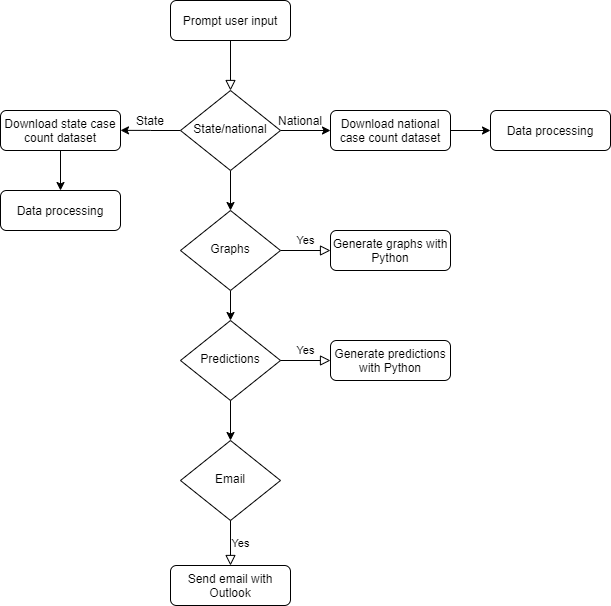
201019-UiPath/training-code keeps this draw.io diagram as P2-Proposals/TeamPi/LitToC_Flowchart.png. Above is the earlier version. Source tidied: cells renumbered, new cells last; positions are measured from the earlier drawing's top-left corner, leaving out a move shared by most shapes. Its diagram source:
```xml
<mxGraphModel>
  <root>
    <mxCell id="0" />
    <mxCell id="1" parent="0" />
    <mxCell id="2" style="rounded=0;html=1;jettySize=auto;fontSize=11;endArrow=block;endFill=0;endSize=8;strokeWidth=1;shadow=0;labelBackgroundColor=none;edgeStyle=orthogonalEdgeStyle;" parent="1" edge="1" source="3" target="7">
      <mxGeometry relative="1" as="geometry" />
    </mxCell>
    <mxCell id="3" value="Prompt user input" style="rounded=1;whiteSpace=wrap;html=1;fontSize=12;glass=0;strokeWidth=1;shadow=0;" parent="1" vertex="1">
      <mxGeometry x="170" width="120" height="40" as="geometry" />
    </mxCell>
    <mxCell id="4" style="edgeStyle=orthogonalEdgeStyle;rounded=0;jettySize=auto;html=1;exitX=0;exitY=0.5;exitDx=0;exitDy=0;" parent="1" edge="1" source="7">
      <mxGeometry relative="1" as="geometry">
        <mxPoint x="120" y="129.9" as="targetPoint" />
      </mxGeometry>
    </mxCell>
    <mxCell id="5" style="edgeStyle=orthogonalEdgeStyle;rounded=0;jettySize=auto;html=1;exitX=1;exitY=0.5;exitDx=0;exitDy=0;entryX=0;entryY=0.5;entryDx=0;entryDy=0;" parent="1" edge="1" source="7" target="8">
      <mxGeometry relative="1" as="geometry" />
    </mxCell>
    <mxCell id="6" style="edgeStyle=orthogonalEdgeStyle;rounded=0;jettySize=auto;html=1;exitX=0.5;exitY=1;exitDx=0;exitDy=0;entryX=0.5;entryY=0;entryDx=0;entryDy=0;" parent="1" edge="1" source="7" target="11">
      <mxGeometry relative="1" as="geometry" />
    </mxCell>
    <mxCell id="7" value="State/national" style="rhombus;whiteSpace=wrap;html=1;shadow=0;fontFamily=Helvetica;fontSize=12;align=center;strokeWidth=1;spacing=6;spacingTop=-4;" parent="1" vertex="1">
      <mxGeometry x="180" y="90" width="100" height="80" as="geometry" />
    </mxCell>
    <mxCell id="8" value="Download national case count dataset" style="rounded=1;whiteSpace=wrap;html=1;fontSize=12;glass=0;strokeWidth=1;shadow=0;" parent="1" vertex="1">
      <mxGeometry x="330" y="110" width="120" height="40" as="geometry" />
    </mxCell>
    <mxCell id="9" value="Yes" style="edgeStyle=orthogonalEdgeStyle;rounded=0;html=1;jettySize=auto;fontSize=11;endArrow=block;endFill=0;endSize=8;strokeWidth=1;shadow=0;labelBackgroundColor=none;" parent="1" edge="1" source="11" target="13">
      <mxGeometry y="10" relative="1" as="geometry" />
    </mxCell>
    <mxCell id="10" style="edgeStyle=orthogonalEdgeStyle;rounded=0;jettySize=auto;html=1;" parent="1" edge="1" source="11" target="17">
      <mxGeometry relative="1" as="geometry" />
    </mxCell>
    <mxCell id="11" value="Graphs" style="rhombus;whiteSpace=wrap;html=1;shadow=0;fontFamily=Helvetica;fontSize=12;align=center;strokeWidth=1;spacing=6;spacingTop=-4;" parent="1" vertex="1">
      <mxGeometry x="180" y="210" width="100" height="80" as="geometry" />
    </mxCell>
    <mxCell id="12" value="Send email with Outlook" style="rounded=1;whiteSpace=wrap;html=1;fontSize=12;glass=0;strokeWidth=1;shadow=0;" parent="1" vertex="1">
      <mxGeometry x="170" y="565" width="120" height="40" as="geometry" />
    </mxCell>
    <mxCell id="13" value="Generate graphs with Python" style="rounded=1;whiteSpace=wrap;html=1;fontSize=12;glass=0;strokeWidth=1;shadow=0;" parent="1" vertex="1">
      <mxGeometry x="330" y="230" width="120" height="40" as="geometry" />
    </mxCell>
    <mxCell id="14" value="Download state case count dataset" style="rounded=1;whiteSpace=wrap;html=1;fontSize=12;glass=0;strokeWidth=1;shadow=0;" parent="1" vertex="1">
      <mxGeometry y="110" width="120" height="40" as="geometry" />
    </mxCell>
    <mxCell id="15" value="Email" style="rhombus;whiteSpace=wrap;html=1;shadow=0;fontFamily=Helvetica;fontSize=12;align=center;strokeWidth=1;spacing=6;spacingTop=-4;" parent="1" vertex="1">
      <mxGeometry x="180" y="440" width="100" height="80" as="geometry" />
    </mxCell>
    <mxCell id="16" value="Generate predictions with Python" style="rounded=1;whiteSpace=wrap;html=1;fontSize=12;glass=0;strokeWidth=1;shadow=0;" parent="1" vertex="1">
      <mxGeometry x="330" y="340" width="120" height="40" as="geometry" />
    </mxCell>
    <mxCell id="17" value="Predictions" style="rhombus;whiteSpace=wrap;html=1;shadow=0;fontFamily=Helvetica;fontSize=12;align=center;strokeWidth=1;spacing=6;spacingTop=-4;" parent="1" vertex="1">
      <mxGeometry x="180" y="320" width="100" height="80" as="geometry" />
    </mxCell>
    <mxCell id="18" value="Yes" style="edgeStyle=orthogonalEdgeStyle;rounded=0;html=1;jettySize=auto;fontSize=11;endArrow=block;endFill=0;endSize=8;strokeWidth=1;shadow=0;labelBackgroundColor=none;entryX=0.5;entryY=0;entryDx=0;entryDy=0;" parent="1" edge="1" target="12">
      <mxGeometry y="10" relative="1" as="geometry">
        <mxPoint x="230" y="520" as="sourcePoint" />
      </mxGeometry>
    </mxCell>
    <mxCell id="19" value="Yes" style="edgeStyle=orthogonalEdgeStyle;rounded=0;html=1;jettySize=auto;fontSize=11;endArrow=block;endFill=0;endSize=8;strokeWidth=1;shadow=0;labelBackgroundColor=none;exitX=1;exitY=0.5;exitDx=0;exitDy=0;" parent="1" edge="1" source="17">
      <mxGeometry y="10" relative="1" as="geometry">
        <mxPoint x="330" y="360" as="targetPoint" />
      </mxGeometry>
    </mxCell>
    <mxCell id="20" style="edgeStyle=orthogonalEdgeStyle;rounded=0;jettySize=auto;html=1;exitX=0.5;exitY=1;exitDx=0;exitDy=0;entryX=0.5;entryY=0;entryDx=0;entryDy=0;" parent="1" edge="1" source="17" target="15">
      <mxGeometry relative="1" as="geometry" />
    </mxCell>
    <mxCell id="21" value="Data processing" style="rounded=1;whiteSpace=wrap;html=1;fontSize=12;glass=0;strokeWidth=1;shadow=0;" parent="1" vertex="1">
      <mxGeometry y="190" width="120" height="40" as="geometry" />
    </mxCell>
    <mxCell id="22" style="edgeStyle=orthogonalEdgeStyle;rounded=0;jettySize=auto;html=1;exitX=0.5;exitY=1;exitDx=0;exitDy=0;" parent="1" edge="1" source="14">
      <mxGeometry relative="1" as="geometry">
        <mxPoint x="60" y="190" as="targetPoint" />
      </mxGeometry>
    </mxCell>
    <mxCell id="23" value="Data processing" style="rounded=1;whiteSpace=wrap;html=1;fontSize=12;glass=0;strokeWidth=1;shadow=0;" parent="1" vertex="1">
      <mxGeometry x="490" y="110" width="120" height="40" as="geometry" />
    </mxCell>
    <mxCell id="24" style="edgeStyle=orthogonalEdgeStyle;rounded=0;jettySize=auto;html=1;exitX=1;exitY=0.5;exitDx=0;exitDy=0;" parent="1" edge="1" source="8">
      <mxGeometry relative="1" as="geometry">
        <mxPoint x="490" y="130" as="targetPoint" />
      </mxGeometry>
    </mxCell>
    <mxCell id="25" value="State" style="text;html=1;strokeColor=none;fillColor=none;align=center;verticalAlign=middle;whiteSpace=wrap;rounded=0;" parent="1" vertex="1">
      <mxGeometry x="130" y="110" width="40" height="20" as="geometry" />
    </mxCell>
    <mxCell id="26" value="National" style="text;html=1;strokeColor=none;fillColor=none;align=center;verticalAlign=middle;whiteSpace=wrap;rounded=0;" parent="1" vertex="1">
      <mxGeometry x="280" y="110" width="40" height="20" as="geometry" />
    </mxCell>
  </root>
</mxGraphModel>
```
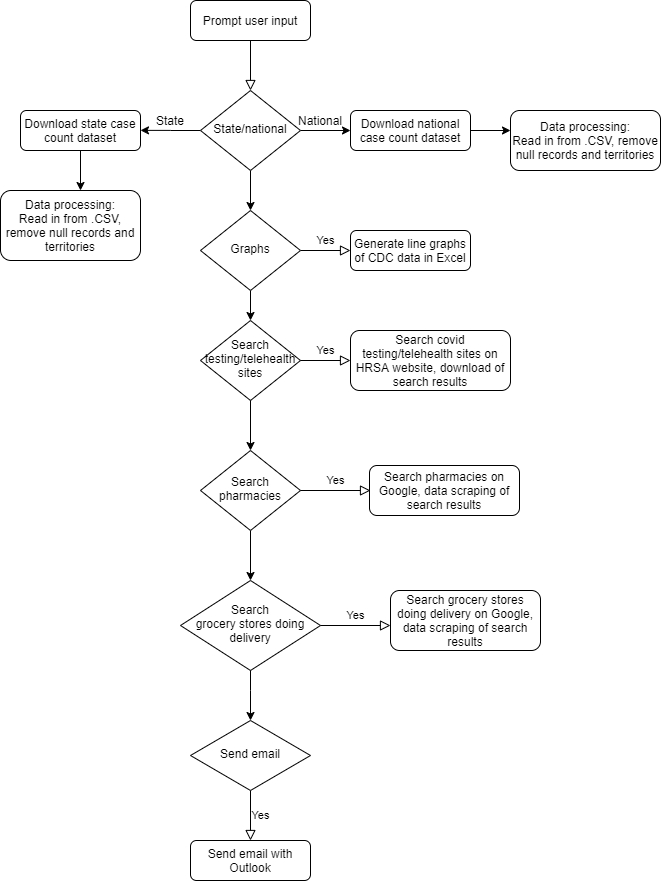
After the change.

Commit message:
update P2 project proposal and flowchart

What changed in the source:
```diff
@@ -34,27 +34,27 @@
     <mxCell id="11" value="Graphs" style="rhombus;whiteSpace=wrap;html=1;shadow=0;fontFamily=Helvetica;fontSize=12;align=center;strokeWidth=1;spacing=6;spacingTop=-4;" parent="1" vertex="1">
       <mxGeometry x="180" y="210" width="100" height="80" as="geometry" />
     </mxCell>
+    <mxCell id="27" style="edgeStyle=orthogonalEdgeStyle;rounded=0;jettySize=auto;html=1;entryX=0.5;entryY=0;entryDx=0;entryDy=0;exitX=0.5;exitY=1;exitDx=0;exitDy=0;" parent="1" edge="1" source="29" target="15">
+      <mxGeometry relative="1" as="geometry" />
+    </mxCell>
     <mxCell id="12" value="Send email with Outlook" style="rounded=1;whiteSpace=wrap;html=1;fontSize=12;glass=0;strokeWidth=1;shadow=0;" parent="1" vertex="1">
-      <mxGeometry x="170" y="565" width="120" height="40" as="geometry" />
+      <mxGeometry x="170" y="840" width="120" height="40" as="geometry" />
     </mxCell>
-    <mxCell id="13" value="Generate graphs with Python" style="rounded=1;whiteSpace=wrap;html=1;fontSize=12;glass=0;strokeWidth=1;shadow=0;" parent="1" vertex="1">
+    <mxCell id="13" value="Generate line graphs of CDC data in Excel" style="rounded=1;whiteSpace=wrap;html=1;fontSize=12;glass=0;strokeWidth=1;shadow=0;" parent="1" vertex="1">
       <mxGeometry x="330" y="230" width="120" height="40" as="geometry" />
     </mxCell>
     <mxCell id="14" value="Download state case count dataset" style="rounded=1;whiteSpace=wrap;html=1;fontSize=12;glass=0;strokeWidth=1;shadow=0;" parent="1" vertex="1">
       <mxGeometry y="110" width="120" height="40" as="geometry" />
     </mxCell>
-    <mxCell id="15" value="Email" style="rhombus;whiteSpace=wrap;html=1;shadow=0;fontFamily=Helvetica;fontSize=12;align=center;strokeWidth=1;spacing=6;spacingTop=-4;" parent="1" vertex="1">
-      <mxGeometry x="180" y="440" width="100" height="80" as="geometry" />
-    </mxCell>
-    <mxCell id="16" value="Generate predictions with Python" style="rounded=1;whiteSpace=wrap;html=1;fontSize=12;glass=0;strokeWidth=1;shadow=0;" parent="1" vertex="1">
-      <mxGeometry x="330" y="340" width="120" height="40" as="geometry" />
+    <mxCell id="16" value="Search covid testing/telehealth sites on HRSA website, download of search results" style="rounded=1;whiteSpace=wrap;html=1;fontSize=12;glass=0;strokeWidth=1;shadow=0;" parent="1" vertex="1">
+      <mxGeometry x="330" y="330" width="160" height="60" as="geometry" />
     </mxCell>
-    <mxCell id="17" value="Predictions" style="rhombus;whiteSpace=wrap;html=1;shadow=0;fontFamily=Helvetica;fontSize=12;align=center;strokeWidth=1;spacing=6;spacingTop=-4;" parent="1" vertex="1">
+    <mxCell id="17" value="Search testing/telehealth sites" style="rhombus;whiteSpace=wrap;html=1;shadow=0;fontFamily=Helvetica;fontSize=12;align=center;strokeWidth=1;spacing=6;spacingTop=-4;" parent="1" vertex="1">
       <mxGeometry x="180" y="320" width="100" height="80" as="geometry" />
     </mxCell>
     <mxCell id="18" value="Yes" style="edgeStyle=orthogonalEdgeStyle;rounded=0;html=1;jettySize=auto;fontSize=11;endArrow=block;endFill=0;endSize=8;strokeWidth=1;shadow=0;labelBackgroundColor=none;entryX=0.5;entryY=0;entryDx=0;entryDy=0;" parent="1" edge="1" target="12">
       <mxGeometry y="10" relative="1" as="geometry">
-        <mxPoint x="230" y="520" as="sourcePoint" />
+        <mxPoint x="230" y="790" as="sourcePoint" />
       </mxGeometry>
     </mxCell>
     <mxCell id="19" value="Yes" style="edgeStyle=orthogonalEdgeStyle;rounded=0;html=1;jettySize=auto;fontSize=11;endArrow=block;endFill=0;endSize=8;strokeWidth=1;shadow=0;labelBackgroundColor=none;exitX=1;exitY=0.5;exitDx=0;exitDy=0;" parent="1" edge="1" source="17">
@@ -62,19 +62,21 @@
         <mxPoint x="330" y="360" as="targetPoint" />
       </mxGeometry>
     </mxCell>
-    <mxCell id="20" style="edgeStyle=orthogonalEdgeStyle;rounded=0;jettySize=auto;html=1;exitX=0.5;exitY=1;exitDx=0;exitDy=0;entryX=0.5;entryY=0;entryDx=0;entryDy=0;" parent="1" edge="1" source="17" target="15">
-      <mxGeometry relative="1" as="geometry" />
+    <mxCell id="20" style="edgeStyle=orthogonalEdgeStyle;rounded=0;jettySize=auto;html=1;exitX=0.5;exitY=1;exitDx=0;exitDy=0;" parent="1" edge="1" source="17">
+      <mxGeometry relative="1" as="geometry">
+        <mxPoint x="230" y="450" as="targetPoint" />
+      </mxGeometry>
     </mxCell>
-    <mxCell id="21" value="Data processing" style="rounded=1;whiteSpace=wrap;html=1;fontSize=12;glass=0;strokeWidth=1;shadow=0;" parent="1" vertex="1">
-      <mxGeometry y="190" width="120" height="40" as="geometry" />
+    <mxCell id="21" value="Data processing:&lt;br&gt;Read in from .CSV, remove null records and territories" style="rounded=1;whiteSpace=wrap;html=1;fontSize=12;glass=0;strokeWidth=1;shadow=0;" parent="1" vertex="1">
+      <mxGeometry x="-20" y="190" width="140" height="70" as="geometry" />
     </mxCell>
     <mxCell id="22" style="edgeStyle=orthogonalEdgeStyle;rounded=0;jettySize=auto;html=1;exitX=0.5;exitY=1;exitDx=0;exitDy=0;" parent="1" edge="1" source="14">
       <mxGeometry relative="1" as="geometry">
         <mxPoint x="60" y="190" as="targetPoint" />
       </mxGeometry>
     </mxCell>
-    <mxCell id="23" value="Data processing" style="rounded=1;whiteSpace=wrap;html=1;fontSize=12;glass=0;strokeWidth=1;shadow=0;" parent="1" vertex="1">
-      <mxGeometry x="490" y="110" width="120" height="40" as="geometry" />
+    <mxCell id="23" value="Data processing:&lt;br&gt;Read in from .CSV, remove null records and territories" style="rounded=1;whiteSpace=wrap;html=1;fontSize=12;glass=0;strokeWidth=1;shadow=0;" parent="1" vertex="1">
+      <mxGeometry x="490" y="110" width="150" height="60" as="geometry" />
     </mxCell>
     <mxCell id="24" style="edgeStyle=orthogonalEdgeStyle;rounded=0;jettySize=auto;html=1;exitX=1;exitY=0.5;exitDx=0;exitDy=0;" parent="1" edge="1" source="8">
       <mxGeometry relative="1" as="geometry">
@@ -87,5 +89,38 @@
     <mxCell id="26" value="National" style="text;html=1;strokeColor=none;fillColor=none;align=center;verticalAlign=middle;whiteSpace=wrap;rounded=0;" parent="1" vertex="1">
       <mxGeometry x="280" y="110" width="40" height="20" as="geometry" />
     </mxCell>
+    <mxCell id="28" value="Search pharmacies on Google, data scraping of search results" style="rounded=1;whiteSpace=wrap;html=1;fontSize=12;glass=0;strokeWidth=1;shadow=0;" parent="1" vertex="1">
+      <mxGeometry x="349" y="465" width="150" height="50" as="geometry" />
+    </mxCell>
+    <mxCell id="29" value="Search pharmacies" style="rhombus;whiteSpace=wrap;html=1;shadow=0;fontFamily=Helvetica;fontSize=12;align=center;strokeWidth=1;spacing=6;spacingTop=-4;" parent="1" vertex="1">
+      <mxGeometry x="180" y="450" width="100" height="80" as="geometry" />
+    </mxCell>
+    <mxCell id="30" value="Yes" style="edgeStyle=orthogonalEdgeStyle;rounded=0;html=1;jettySize=auto;fontSize=11;endArrow=block;endFill=0;endSize=8;strokeWidth=1;shadow=0;labelBackgroundColor=none;exitX=1;exitY=0.5;exitDx=0;exitDy=0;" parent="1" edge="1" source="29">
+      <mxGeometry y="10" relative="1" as="geometry">
+        <mxPoint x="350" y="490" as="targetPoint" />
+      </mxGeometry>
+    </mxCell>
+    <mxCell id="15" value="Search&lt;br&gt;grocery stores doing delivery" style="rhombus;whiteSpace=wrap;html=1;shadow=0;fontFamily=Helvetica;fontSize=12;align=center;strokeWidth=1;spacing=6;spacingTop=-4;" parent="1" vertex="1">
+      <mxGeometry x="160" y="580" width="140" height="90" as="geometry" />
+    </mxCell>
+    <mxCell id="31" value="Search grocery stores doing delivery on Google, data scraping of search results" style="rounded=1;whiteSpace=wrap;html=1;fontSize=12;glass=0;strokeWidth=1;shadow=0;" parent="1" vertex="1">
+      <mxGeometry x="370" y="590" width="150" height="60" as="geometry" />
+    </mxCell>
+    <mxCell id="32" value="Yes" style="edgeStyle=orthogonalEdgeStyle;rounded=0;html=1;jettySize=auto;fontSize=11;endArrow=block;endFill=0;endSize=8;strokeWidth=1;shadow=0;labelBackgroundColor=none;exitX=1;exitY=0.5;exitDx=0;exitDy=0;" parent="1" edge="1" source="15">
+      <mxGeometry y="10" relative="1" as="geometry">
+        <mxPoint x="370" y="625" as="targetPoint" />
+      </mxGeometry>
+    </mxCell>
+    <mxCell id="33" style="edgeStyle=orthogonalEdgeStyle;rounded=0;jettySize=auto;html=1;exitX=0.5;exitY=1;exitDx=0;exitDy=0;entryX=0.5;entryY=0;entryDx=0;entryDy=0;" parent="1" edge="1" source="15" target="34">
+      <mxGeometry relative="1" as="geometry">
+        <Array as="points">
+          <mxPoint x="230" y="690" />
+          <mxPoint x="230" y="690" />
+        </Array>
+      </mxGeometry>
+    </mxCell>
+    <mxCell id="34" value="Send email" style="rhombus;whiteSpace=wrap;html=1;shadow=0;fontFamily=Helvetica;fontSize=12;align=center;strokeWidth=1;spacing=6;spacingTop=-4;" parent="1" vertex="1">
+      <mxGeometry x="170" y="720" width="120" height="70" as="geometry" />
+    </mxCell>
   </root>
 </mxGraphModel>
```
